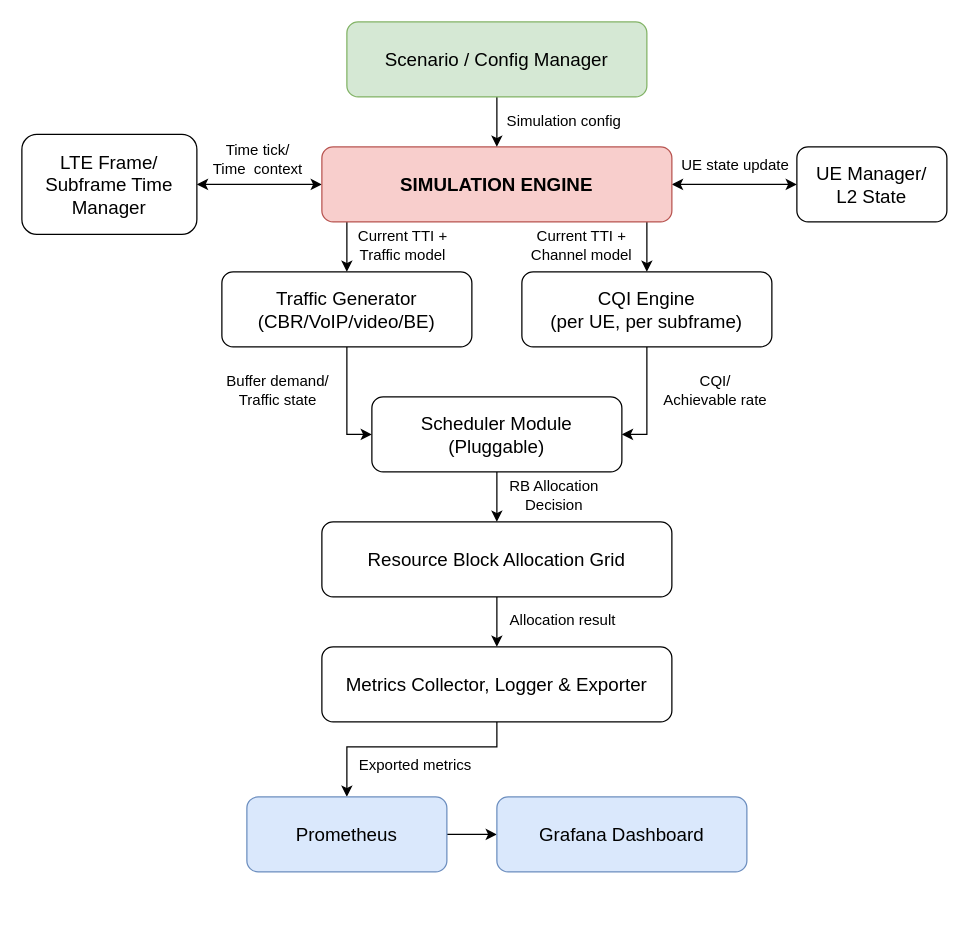
Earlier version of the draw.io diagram Untitled Diagram.drawio (Graduation-Project-VHT/Diagrams). Source tidied: cells renumbered, new cells numbered last; positions are measured from the earlier drawing's top-left corner, leaving out a move shared by most shapes. Both pictures are drawn from the tidied source at 125%, with x=0, y=0 at pixel (21, 21).
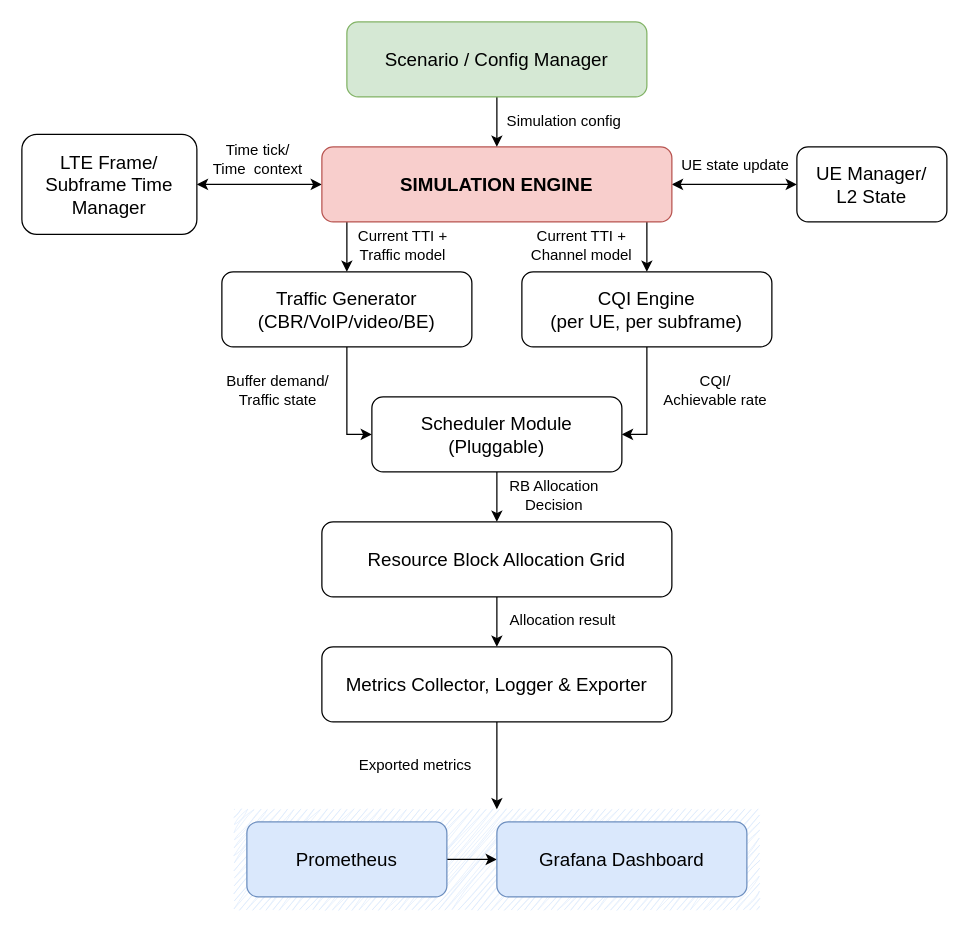
Above is the later version.

Unchanged cells that the change refers to:
```xml
<mxCell id="18" value="Metrics Collector, Logger &amp;amp; Exporter" style="rounded=1;whiteSpace=wrap;html=1;fontSize=15;" parent="1" vertex="1">
  <mxGeometry x="240" y="500" width="280" height="60" as="geometry" />
</mxCell>
```

What changed in the source:
```diff
@@
+    <mxCell id="34" style="rounded=0;whiteSpace=wrap;html=1;strokeColor=none;fillColor=#dae8fc;sketch=1;curveFitting=1;jiggle=2;" parent="1" vertex="1">
+      <mxGeometry x="170" y="630" width="420" height="80" as="geometry" />
+    </mxCell>
@@
-    <mxCell id="17" style="edgeStyle=orthogonalEdgeStyle;rounded=0;jettySize=auto;html=1;entryX=0.5;entryY=0;entryDx=0;entryDy=0;" parent="1" edge="1" source="18" target="20">
-      <mxGeometry relative="1" as="geometry">
-        <Array as="points">
-          <mxPoint x="380" y="580" />
-          <mxPoint x="260" y="580" />
-        </Array>
-      </mxGeometry>
-    </mxCell>
+    <mxCell id="35" style="edgeStyle=orthogonalEdgeStyle;rounded=0;jettySize=auto;html=1;entryX=0.5;entryY=0;entryDx=0;entryDy=0;" parent="1" edge="1" source="18" target="34">
+      <mxGeometry relative="1" as="geometry" />
+    </mxCell>
@@
     <mxCell id="20" value="Prometheus" style="rounded=1;whiteSpace=wrap;html=1;fontSize=15;fillColor=#dae8fc;strokeColor=#6c8ebf;" parent="1" vertex="1">
-      <mxGeometry x="180" y="620" width="160" height="60" as="geometry" />
+      <mxGeometry x="180" y="640" width="160" height="60" as="geometry" />
     </mxCell>
     <mxCell id="21" value="Grafana Dashboard" style="rounded=1;whiteSpace=wrap;html=1;fontSize=15;fillColor=#dae8fc;strokeColor=#6c8ebf;" parent="1" vertex="1">
-      <mxGeometry x="380" y="620" width="200" height="60" as="geometry" />
+      <mxGeometry x="380" y="640" width="200" height="60" as="geometry" />
     </mxCell>
```
